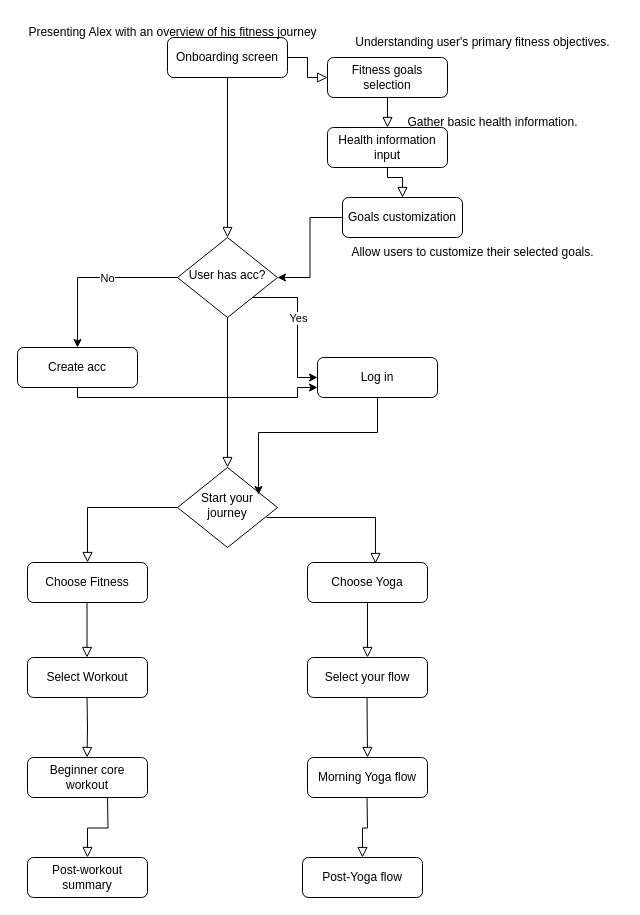
Earlier version of the draw.io diagram Diagramă fără titlu.drawio (DimaVasiliu/TestProgram). Source tidied: cells renumbered, new cells numbered last; positions are measured from the earlier drawing's top-left corner, leaving out a move shared by most shapes. Both pictures are drawn from the tidied source at 100%, with x=0, y=0 at pixel (17, 17).
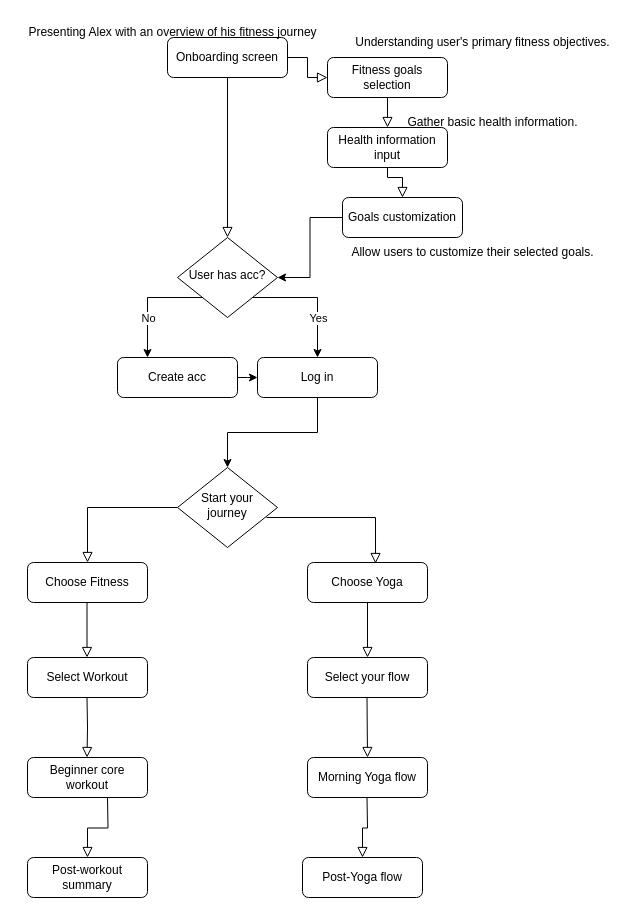
The same page after the edit.

Unchanged cells that the change refers to:
```xml
<mxCell id="6" value="User has acc?" style="rhombus;whiteSpace=wrap;html=1;shadow=0;fontFamily=Helvetica;fontSize=12;align=center;strokeWidth=1;spacing=6;spacingTop=-4;" parent="1" vertex="1">
  <mxGeometry x="160" y="220" width="100" height="80" as="geometry" />
</mxCell>
<mxCell id="11" value="Start your journey" style="rhombus;whiteSpace=wrap;html=1;shadow=0;fontFamily=Helvetica;fontSize=12;align=center;strokeWidth=1;spacing=6;spacingTop=-4;" parent="1" vertex="1">
  <mxGeometry x="160" y="450" width="100" height="80" as="geometry" />
</mxCell>
```

What changed in the source:
```diff
@@
-    <mxCell id="4" style="rounded=0;html=1;jettySize=auto;fontSize=11;endArrow=block;endFill=0;endSize=8;strokeWidth=1;shadow=0;labelBackgroundColor=none;edgeStyle=orthogonalEdgeStyle;" parent="1" edge="1" source="6" target="11">
-      <mxGeometry y="20" relative="1" as="geometry" />
-    </mxCell>
@@
     <mxCell id="9" style="edgeStyle=orthogonalEdgeStyle;rounded=0;jettySize=auto;html=1;" parent="1" edge="1" source="6" target="14">
-      <mxGeometry relative="1" as="geometry" />
+      <mxGeometry relative="1" as="geometry">
+        <Array as="points">
+          <mxPoint x="130" y="280" />
+        </Array>
+      </mxGeometry>
     </mxCell>
     <mxCell id="10" value="No" style="edgeLabel;html=1;align=center;verticalAlign=middle;" parent="9" vertex="1">
       <mxGeometry x="-0.16" y="4" relative="1" as="geometry">
-        <mxPoint y="-4" as="offset" />
+        <mxPoint x="-7" y="16" as="offset" />
       </mxGeometry>
     </mxCell>
@@
-    <mxCell id="13" style="edgeStyle=orthogonalEdgeStyle;rounded=0;jettySize=auto;html=1;entryX=0;entryY=0.75;entryDx=0;entryDy=0;exitX=0.5;exitY=1;exitDx=0;exitDy=0;" parent="1" edge="1" source="14" target="24">
+    <mxCell id="13" style="edgeStyle=orthogonalEdgeStyle;rounded=0;jettySize=auto;html=1;exitX=1;exitY=0.5;exitDx=0;exitDy=0;entryX=0;entryY=0.5;entryDx=0;entryDy=0;" parent="1" edge="1" source="14" target="24">
       <mxGeometry relative="1" as="geometry">
         <Array as="points">
-          <mxPoint x="60" y="380" />
-          <mxPoint x="280" y="380" />
-          <mxPoint x="280" y="370" />
+          <mxPoint x="230" y="360" />
+          <mxPoint x="230" y="360" />
         </Array>
       </mxGeometry>
     </mxCell>
     <mxCell id="14" value="Create acc" style="rounded=1;whiteSpace=wrap;html=1;fontSize=12;glass=0;strokeWidth=1;shadow=0;" parent="1" vertex="1">
-      <mxGeometry y="330" width="120" height="40" as="geometry" />
+      <mxGeometry x="100" y="340" width="120" height="40" as="geometry" />
     </mxCell>
@@
     <mxCell id="24" value="Log in" style="rounded=1;whiteSpace=wrap;html=1;fontSize=12;glass=0;strokeWidth=1;shadow=0;" parent="1" vertex="1">
-      <mxGeometry x="300" y="340" width="120" height="40" as="geometry" />
+      <mxGeometry x="240" y="340" width="120" height="40" as="geometry" />
     </mxCell>
@@
-    <mxCell id="26" style="edgeStyle=orthogonalEdgeStyle;rounded=0;jettySize=auto;html=1;exitX=0.5;exitY=1;exitDx=0;exitDy=0;entryX=0.81;entryY=0.338;entryDx=0;entryDy=0;entryPerimeter=0;" parent="1" edge="1" source="24" target="11">
+    <mxCell id="26" style="edgeStyle=orthogonalEdgeStyle;rounded=0;jettySize=auto;html=1;exitX=0.5;exitY=1;exitDx=0;exitDy=0;entryX=0.5;entryY=0;entryDx=0;entryDy=0;" parent="1" edge="1" source="24" target="11">
       <mxGeometry relative="1" as="geometry" />
     </mxCell>
@@
-    <mxCell id="28" style="edgeStyle=orthogonalEdgeStyle;rounded=0;jettySize=auto;html=1;exitX=1;exitY=1;exitDx=0;exitDy=0;entryX=0;entryY=0.5;entryDx=0;entryDy=0;" parent="1" edge="1" source="6" target="24">
+    <mxCell id="28" style="edgeStyle=orthogonalEdgeStyle;rounded=0;jettySize=auto;html=1;exitX=1;exitY=1;exitDx=0;exitDy=0;entryX=0.5;entryY=0;entryDx=0;entryDy=0;" parent="1" edge="1" source="6" target="24">
       <mxGeometry relative="1" as="geometry">
         <Array as="points">
-          <mxPoint x="280" y="280" />
-          <mxPoint x="280" y="360" />
+          <mxPoint x="300" y="280" />
         </Array>
       </mxGeometry>
     </mxCell>
     <mxCell id="29" value="Yes" style="edgeLabel;html=1;align=center;verticalAlign=middle;" parent="28" vertex="1">
       <mxGeometry x="0.19" y="6" relative="1" as="geometry">
-        <mxPoint x="-6" y="-21" as="offset" />
+        <mxPoint x="-6" y="11" as="offset" />
       </mxGeometry>
     </mxCell>
```
